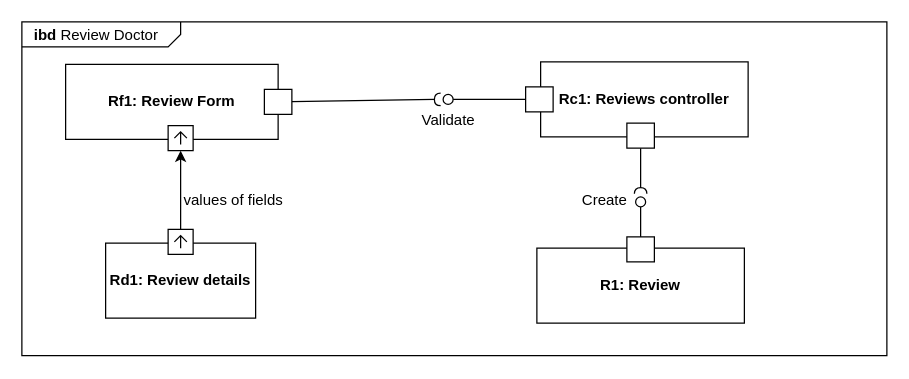
RafaelCMira/myclinic-msp-project keeps this draw.io diagram as Diagrams/Development/IBD 13 - Review Doctor.drawio. Above is the earlier version. Source tidied: cells renumbered, new cells numbered last; positions are measured from the earlier drawing's top-left corner, leaving out a move shared by most shapes. Both pictures are drawn from the tidied source at 125%, with x=0, y=0 at pixel (21, 21).
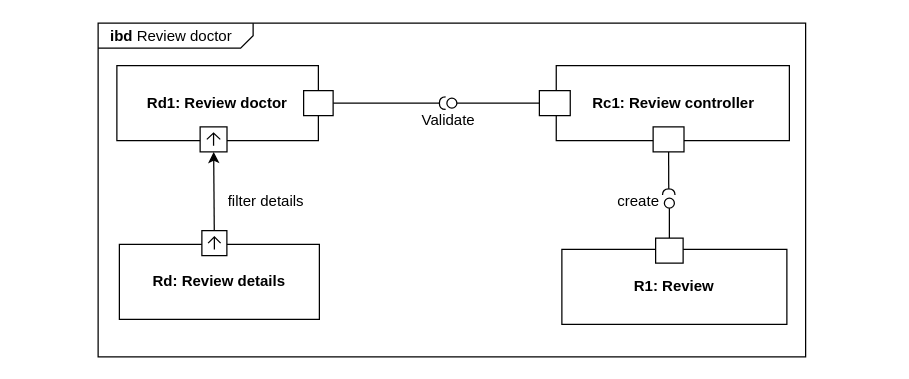
The same diagram, later.

Change to the diagram source:
```diff
@@
-    <mxCell id="2" value="&lt;p style=&quot;margin:0px;margin-top:4px;margin-left:10px;text-align:left;&quot;&gt;&lt;b&gt;ibd&lt;/b&gt;&amp;nbsp;Review Doctor&lt;/p&gt;" style="html=1;shape=mxgraph.sysml.package;labelX=127;align=left;spacingLeft=10;html=1;overflow=fill;whiteSpace=wrap;" parent="1" vertex="1">
-      <mxGeometry width="692" height="267" as="geometry" />
-    </mxCell>
-    <mxCell id="3" style="rounded=0;jettySize=auto;html=1;" parent="1" edge="1" source="6" target="20">
-      <mxGeometry relative="1" as="geometry" />
-    </mxCell>
-    <mxCell id="4" style="group;" parent="1" vertex="1">
-      <mxGeometry x="67" y="166" width="120" height="71" as="geometry" />
-    </mxCell>
-    <mxCell id="5" value="&lt;b&gt;Rd1: Review details&lt;/b&gt;" style="rounded=0;whiteSpace=wrap;html=1;fillColor=none;" parent="4" vertex="1">
-      <mxGeometry y="11" width="120" height="60" as="geometry" />
-    </mxCell>
+    <mxCell id="29" value="&lt;p style=&quot;margin:0px;margin-top:4px;margin-left:10px;text-align:left;&quot;&gt;&lt;b&gt;ibd&lt;/b&gt;&amp;nbsp;Review doctor&lt;/p&gt;" style="html=1;shape=mxgraph.sysml.package;labelX=124.97;align=left;spacingLeft=10;html=1;overflow=fill;whiteSpace=wrap;" parent="1" vertex="1">
+      <mxGeometry x="61" y="1" width="566" height="267" as="geometry" />
+    </mxCell>
+    <mxCell id="30" style="rounded=0;jettySize=auto;html=1;" parent="1" edge="1" source="6" target="43">
+      <mxGeometry relative="1" as="geometry" />
+    </mxCell>
+    <mxCell id="31" style="group;" parent="1" vertex="1">
+      <mxGeometry x="94" y="167" width="144" height="71" as="geometry" />
+    </mxCell>
+    <mxCell id="32" value="&lt;b&gt;Rd: Review details&lt;/b&gt;" style="rounded=0;whiteSpace=wrap;html=1;fillColor=none;" parent="31" vertex="1">
+      <mxGeometry x="-16" y="11" width="160" height="60" as="geometry" />
+    </mxCell>
-    <mxCell id="6" style="html=1;shape=mxgraph.sysml.port;sysMLPortType=flowN;" parent="4" vertex="1">
+    <mxCell id="6" style="html=1;shape=mxgraph.sysml.port;sysMLPortType=flowN;" parent="31" vertex="1">
       <mxGeometry x="50" width="20" height="20" as="geometry" />
     </mxCell>
-    <mxCell id="7" value="values of fields" style="text;html=1;align=center;verticalAlign=middle;strokeColor=none;fillColor=none;" parent="1" vertex="1">
-      <mxGeometry x="119" y="128" width="100" height="30" as="geometry" />
-    </mxCell>
-    <mxCell id="8" style="endArrow=none;html=1;rounded=0;align=center;verticalAlign=top;endFill=0;labelBackgroundColor=none;endSize=2;" parent="1" edge="1" source="24" target="9">
-      <mxGeometry relative="1" as="geometry" />
-    </mxCell>
-    <mxCell id="9" style="ellipse;html=1;fontSize=11;align=center;fillColor=none;points=[];verticalAlign=bottom;labelPosition=center;verticalLabelPosition=top;flipH=1;" parent="1" vertex="1">
-      <mxGeometry x="337" y="58" width="8" height="8" as="geometry" />
-    </mxCell>
-    <mxCell id="10" style="endArrow=none;html=1;rounded=0;align=center;verticalAlign=top;endFill=0;labelBackgroundColor=none;endSize=2;" parent="1" edge="1" source="21" target="11">
-      <mxGeometry relative="1" as="geometry" />
-    </mxCell>
-    <mxCell id="11" style="shape=requiredInterface;html=1;fontSize=11;align=center;fillColor=none;points=[];verticalAlign=bottom;labelPosition=center;verticalLabelPosition=top;flipH=1;rotation=0;" parent="1" vertex="1">
-      <mxGeometry x="330" y="57" width="5" height="10" as="geometry" />
-    </mxCell>
+    <mxCell id="33" value="filter details" style="text;html=1;align=center;verticalAlign=middle;strokeColor=none;fillColor=none;" parent="1" vertex="1">
+      <mxGeometry x="155" y="131" width="79" height="26" as="geometry" />
+    </mxCell>
+    <mxCell id="34" style="endArrow=none;html=1;rounded=0;align=center;verticalAlign=top;endFill=0;labelBackgroundColor=none;endSize=2;" parent="1" edge="1" source="47" target="35">
+      <mxGeometry relative="1" as="geometry" />
+    </mxCell>
+    <mxCell id="35" style="ellipse;html=1;fontSize=11;align=center;fillColor=none;points=[];verticalAlign=bottom;labelPosition=center;verticalLabelPosition=top;flipH=1;" parent="1" vertex="1">
+      <mxGeometry x="340" y="61" width="8" height="8" as="geometry" />
+    </mxCell>
+    <mxCell id="36" style="endArrow=none;html=1;rounded=0;align=center;verticalAlign=top;endFill=0;labelBackgroundColor=none;endSize=2;" parent="1" edge="1" source="44" target="37">
+      <mxGeometry relative="1" as="geometry" />
+    </mxCell>
+    <mxCell id="37" style="shape=requiredInterface;html=1;fontSize=11;align=center;fillColor=none;points=[];verticalAlign=bottom;labelPosition=center;verticalLabelPosition=top;flipH=1;rotation=0;" parent="1" vertex="1">
+      <mxGeometry x="334" y="60" width="5" height="10" as="geometry" />
+    </mxCell>
@@
-    <mxCell id="13" style="endArrow=none;html=1;rounded=0;align=center;verticalAlign=top;endFill=0;labelBackgroundColor=none;endSize=2;" parent="1" edge="1" source="28" target="14">
-      <mxGeometry relative="1" as="geometry" />
-    </mxCell>
-    <mxCell id="14" style="ellipse;html=1;fontSize=11;align=center;fillColor=none;points=[];verticalAlign=bottom;labelPosition=center;verticalLabelPosition=top;flipH=1;" parent="1" vertex="1">
-      <mxGeometry x="491" y="140" width="8" height="8" as="geometry" />
-    </mxCell>
-    <mxCell id="15" style="endArrow=none;html=1;rounded=0;align=center;verticalAlign=top;endFill=0;labelBackgroundColor=none;endSize=2;" parent="1" edge="1" source="25" target="16">
-      <mxGeometry relative="1" as="geometry" />
-    </mxCell>
-    <mxCell id="16" style="shape=requiredInterface;html=1;fontSize=11;align=center;fillColor=none;points=[];verticalAlign=bottom;labelPosition=center;verticalLabelPosition=top;flipH=1;rotation=90;" parent="1" vertex="1">
-      <mxGeometry x="492.5" y="130" width="5" height="10" as="geometry" />
-    </mxCell>
-    <mxCell id="17" value="Create" style="text;html=1;align=center;verticalAlign=middle;strokeColor=none;fillColor=none;" parent="1" vertex="1">
-      <mxGeometry x="438.5" y="130" width="54" height="26" as="geometry" />
-    </mxCell>
-    <mxCell id="18" style="group;" parent="1" vertex="1">
-      <mxGeometry x="55" y="34" width="161" height="69" as="geometry" />
-    </mxCell>
-    <mxCell id="19" value="&lt;b&gt;Rf1: Review Form&lt;/b&gt;" style="rounded=0;whiteSpace=wrap;html=1;fillColor=none;" parent="18" vertex="1">
-      <mxGeometry x="-20" width="170" height="60" as="geometry" />
-    </mxCell>
-    <mxCell id="20" style="html=1;shape=mxgraph.sysml.port;sysMLPortType=flowN;" parent="18" vertex="1">
-      <mxGeometry x="62" y="49" width="20" height="20" as="geometry" />
-    </mxCell>
-    <mxCell id="21" style="html=1;rounded=0;" parent="18" vertex="1">
-      <mxGeometry x="139" y="20" width="22" height="20" as="geometry" />
-    </mxCell>
-    <mxCell id="22" style="group;" parent="1" vertex="1">
-      <mxGeometry x="403" y="32" width="178" height="69" as="geometry" />
-    </mxCell>
-    <mxCell id="23" value="&lt;b&gt;Rc1: Reviews controller&lt;/b&gt;" style="rounded=0;whiteSpace=wrap;html=1;fillColor=none;" parent="22" vertex="1">
-      <mxGeometry x="12" width="166" height="60" as="geometry" />
-    </mxCell>
-    <mxCell id="24" style="html=1;rounded=0;fillColor=default;" parent="22" vertex="1">
-      <mxGeometry y="20" width="22" height="20" as="geometry" />
-    </mxCell>
-    <mxCell id="25" style="html=1;rounded=0;" parent="22" vertex="1">
-      <mxGeometry x="81" y="49" width="22" height="20" as="geometry" />
-    </mxCell>
-    <mxCell id="26" style="group;" parent="1" vertex="1">
-      <mxGeometry x="412" y="172" width="166" height="69" as="geometry" />
-    </mxCell>
+    <mxCell id="38" style="endArrow=none;html=1;rounded=0;align=center;verticalAlign=top;endFill=0;labelBackgroundColor=none;endSize=2;" parent="1" edge="1" source="48" target="39">
+      <mxGeometry relative="1" as="geometry" />
+    </mxCell>
+    <mxCell id="39" style="shape=requiredInterface;html=1;fontSize=11;align=center;fillColor=none;points=[];verticalAlign=bottom;labelPosition=center;verticalLabelPosition=top;flipH=1;rotation=90;" parent="1" vertex="1">
+      <mxGeometry x="515" y="131" width="5" height="10" as="geometry" />
+    </mxCell>
+    <mxCell id="40" value="create" style="text;html=1;align=center;verticalAlign=middle;strokeColor=none;fillColor=none;" parent="1" vertex="1">
+      <mxGeometry x="467.5" y="131" width="51" height="26" as="geometry" />
+    </mxCell>
+    <mxCell id="41" style="group;" parent="1" vertex="1">
+      <mxGeometry x="76" y="35" width="173" height="69" as="geometry" />
+    </mxCell>
+    <mxCell id="42" value="&lt;b&gt;Rd1: Review doctor&lt;/b&gt;" style="rounded=0;whiteSpace=wrap;html=1;fillColor=none;" parent="41" vertex="1">
+      <mxGeometry width="161.2" height="60" as="geometry" />
+    </mxCell>
+    <mxCell id="43" style="html=1;shape=mxgraph.sysml.port;sysMLPortType=flowN;" parent="41" vertex="1">
+      <mxGeometry x="66.6" y="49" width="21.5" height="20" as="geometry" />
+    </mxCell>
+    <mxCell id="44" style="html=1;rounded=0;" parent="41" vertex="1">
+      <mxGeometry x="149.4" y="20" width="23.6" height="20" as="geometry" />
+    </mxCell>
+    <mxCell id="45" style="group;" parent="1" vertex="1">
+      <mxGeometry x="414" y="35" width="200" height="69" as="geometry" />
+    </mxCell>
+    <mxCell id="46" value="&lt;b&gt;Rc1: Review controller&lt;/b&gt;" style="rounded=0;whiteSpace=wrap;html=1;fillColor=none;" parent="45" vertex="1">
+      <mxGeometry x="13.5" width="186.5" height="60" as="geometry" />
+    </mxCell>
+    <mxCell id="47" style="html=1;rounded=0;fillColor=default;" parent="45" vertex="1">
+      <mxGeometry y="20" width="24.7" height="20" as="geometry" />
+    </mxCell>
+    <mxCell id="48" style="html=1;rounded=0;" parent="45" vertex="1">
+      <mxGeometry x="91" y="49" width="24.7" height="20" as="geometry" />
+    </mxCell>
+    <mxCell id="49" style="group;" parent="1" vertex="1">
+      <mxGeometry x="439" y="173" width="173" height="69" as="geometry" />
+    </mxCell>
-    <mxCell id="27" value="&lt;b&gt;R1: Review&lt;/b&gt;" style="rounded=0;whiteSpace=wrap;html=1;fillColor=none;" parent="26" vertex="1">
-      <mxGeometry y="9" width="166" height="60" as="geometry" />
+    <mxCell id="27" value="&lt;b&gt;R1: Review&lt;/b&gt;" style="rounded=0;whiteSpace=wrap;html=1;fillColor=none;" parent="49" vertex="1">
+      <mxGeometry x="-7" y="9" width="180" height="60" as="geometry" />
     </mxCell>
-    <mxCell id="28" style="html=1;rounded=0;fillColor=default;" parent="26" vertex="1">
-      <mxGeometry x="72" width="22" height="20" as="geometry" />
-    </mxCell>
+    <mxCell id="50" style="endArrow=none;html=1;rounded=0;align=center;verticalAlign=top;endFill=0;labelBackgroundColor=none;endSize=2;" parent="49" edge="1" source="52" target="51">
+      <mxGeometry relative="1" as="geometry" />
+    </mxCell>
+    <mxCell id="51" style="ellipse;html=1;fontSize=11;align=center;fillColor=none;points=[];verticalAlign=bottom;labelPosition=center;verticalLabelPosition=top;flipH=1;" parent="49" vertex="1">
+      <mxGeometry x="75" y="-32" width="8" height="8" as="geometry" />
+    </mxCell>
+    <mxCell id="52" style="html=1;rounded=0;fillColor=default;" parent="49" vertex="1">
+      <mxGeometry x="68" width="22" height="20" as="geometry" />
+    </mxCell>
```
